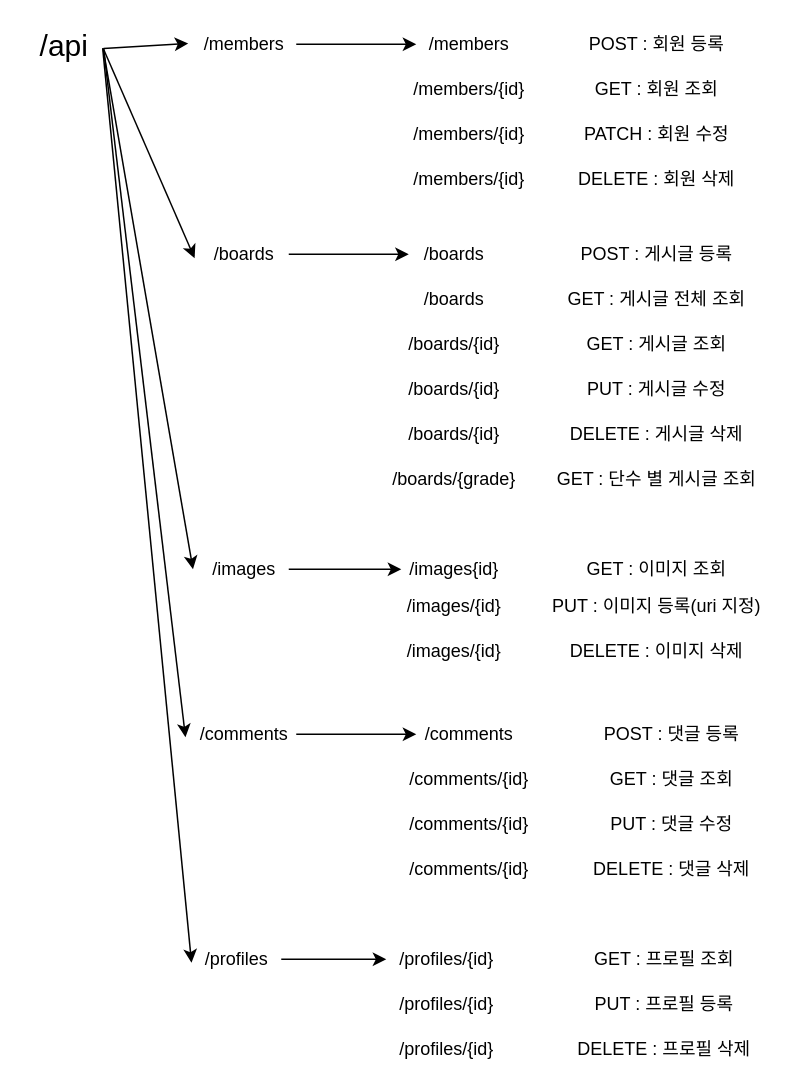
Before: page "API 리소스 설정" (8 of 12) of back-end/설계.drawio in hyunmook-lim/chimhaha, a draw.io diagram. Source tidied: cells renumbered, new cells numbered last; positions are measured from the earlier drawing's top-left corner, leaving out a move shared by most shapes. Both pictures are drawn from the tidied source at 150%, with x=0, y=0 at pixel (26, 28).
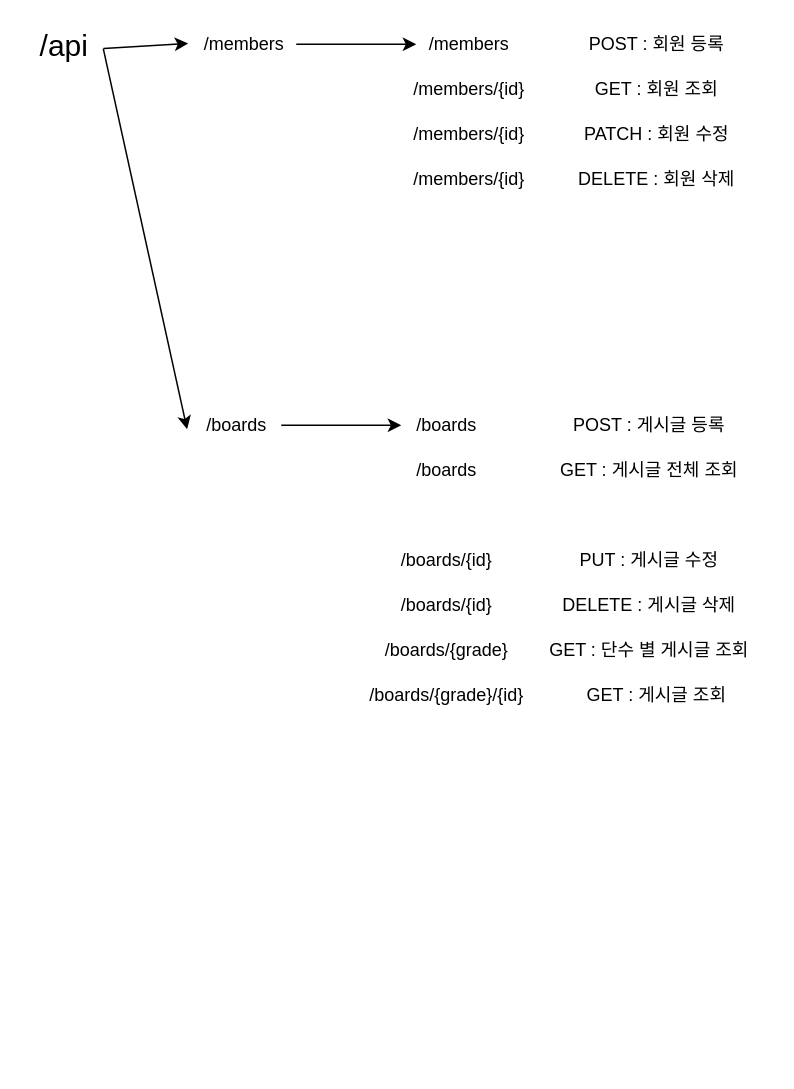
The same diagram, later.

The change refers to these unchanged cells:
```xml
<mxCell id="2" value="&lt;font style=&quot;font-size: 20px;&quot;&gt;/api&lt;/font&gt;" style="text;html=1;align=center;verticalAlign=middle;points=[];strokeColor=none;fillColor=none;" parent="1" vertex="1">
  <mxGeometry width="50" height="20" as="geometry" />
</mxCell>
```

The edit, as a diff of the source:
```diff
@@
     <mxCell id="6" value="/boards" style="text;html=1;align=center;verticalAlign=middle;points=[];strokeColor=none;fillColor=none;" parent="1" vertex="1">
-      <mxGeometry x="115" y="140" width="60" height="20" as="geometry" />
+      <mxGeometry x="110" y="254" width="60" height="20" as="geometry" />
     </mxCell>
-    <mxCell id="7" style="edgeStyle=orthogonalEdgeStyle;rounded=0;jettySize=auto;html=1;" parent="1" edge="1" source="8" target="22">
-      <mxGeometry relative="1" as="geometry" />
-    </mxCell>
-    <mxCell id="8" value="/images" style="text;html=1;align=center;verticalAlign=middle;points=[];strokeColor=none;fillColor=none;" parent="1" vertex="1">
-      <mxGeometry x="115" y="350" width="60" height="20" as="geometry" />
-    </mxCell>
-    <mxCell id="9" style="edgeStyle=orthogonalEdgeStyle;rounded=0;jettySize=auto;html=1;" parent="1" edge="1" source="10" target="37">
-      <mxGeometry relative="1" as="geometry" />
-    </mxCell>
-    <mxCell id="10" value="/comments" style="text;html=1;align=center;verticalAlign=middle;points=[];strokeColor=none;fillColor=none;" parent="1" vertex="1">
-      <mxGeometry x="110" y="460" width="70" height="20" as="geometry" />
-    </mxCell>
-    <mxCell id="11" style="edgeStyle=orthogonalEdgeStyle;rounded=0;jettySize=auto;html=1;" parent="1" edge="1" source="12" target="41">
-      <mxGeometry relative="1" as="geometry" />
-    </mxCell>
-    <mxCell id="12" value="/profiles" style="text;html=1;align=center;verticalAlign=middle;points=[];strokeColor=none;fillColor=none;" parent="1" vertex="1">
-      <mxGeometry x="110" y="610" width="60" height="20" as="geometry" />
-    </mxCell>
@@
     <mxCell id="17" value="/boards" style="text;html=1;align=center;verticalAlign=middle;points=[];strokeColor=none;fillColor=none;" parent="1" vertex="1">
-      <mxGeometry x="255" y="140" width="60" height="20" as="geometry" />
+      <mxGeometry x="250" y="254" width="60" height="20" as="geometry" />
     </mxCell>
     <mxCell id="18" value="/boards" style="text;html=1;align=center;verticalAlign=middle;strokeColor=none;fillColor=none;" parent="1" vertex="1">
-      <mxGeometry x="255" y="170" width="60" height="20" as="geometry" />
+      <mxGeometry x="250" y="284" width="60" height="20" as="geometry" />
     </mxCell>
-    <mxCell id="19" value="/boards/{id}" style="text;html=1;align=center;verticalAlign=middle;strokeColor=none;fillColor=none;" parent="1" vertex="1">
-      <mxGeometry x="245" y="200" width="80" height="20" as="geometry" />
-    </mxCell>
     <mxCell id="20" value="/boards/{id}" style="text;html=1;align=center;verticalAlign=middle;strokeColor=none;fillColor=none;" parent="1" vertex="1">
-      <mxGeometry x="245" y="230" width="80" height="20" as="geometry" />
+      <mxGeometry x="240" y="344" width="80" height="20" as="geometry" />
     </mxCell>
     <mxCell id="21" value="/boards/{id}" style="text;html=1;align=center;verticalAlign=middle;strokeColor=none;fillColor=none;" parent="1" vertex="1">
-      <mxGeometry x="245" y="260" width="80" height="20" as="geometry" />
+      <mxGeometry x="240" y="374" width="80" height="20" as="geometry" />
     </mxCell>
-    <mxCell id="22" value="/images{id}" style="text;html=1;align=center;verticalAlign=middle;points=[];strokeColor=none;fillColor=none;" parent="1" vertex="1">
-      <mxGeometry x="250" y="350" width="70" height="20" as="geometry" />
-    </mxCell>
-    <mxCell id="23" value="/images/{id}" style="text;html=1;align=center;verticalAlign=middle;strokeColor=none;fillColor=none;" parent="1" vertex="1">
-      <mxGeometry x="245" y="375" width="80" height="20" as="geometry" />
-    </mxCell>
-    <mxCell id="24" value="/images/{id}" style="text;html=1;align=center;verticalAlign=middle;strokeColor=none;fillColor=none;" parent="1" vertex="1">
-      <mxGeometry x="245" y="405" width="80" height="20" as="geometry" />
-    </mxCell>
@@
     <mxCell id="29" value="POST : 게시글 등록" style="text;html=1;align=center;verticalAlign=middle;strokeColor=none;fillColor=none;" parent="1" vertex="1">
-      <mxGeometry x="365" y="140" width="110" height="20" as="geometry" />
+      <mxGeometry x="360" y="254" width="110" height="20" as="geometry" />
     </mxCell>
     <mxCell id="30" value="GET : 게시글 전체 조회" style="text;html=1;align=center;verticalAlign=middle;strokeColor=none;fillColor=none;" parent="1" vertex="1">
-      <mxGeometry x="355" y="170" width="130" height="20" as="geometry" />
+      <mxGeometry x="350" y="284" width="130" height="20" as="geometry" />
     </mxCell>
     <mxCell id="31" value="GET : 게시글 조회" style="text;html=1;align=center;verticalAlign=middle;strokeColor=none;fillColor=none;" parent="1" vertex="1">
-      <mxGeometry x="365" y="200" width="110" height="20" as="geometry" />
+      <mxGeometry x="365" y="434" width="110" height="20" as="geometry" />
     </mxCell>
     <mxCell id="32" value="PUT : 게시글 수정" style="text;html=1;align=center;verticalAlign=middle;strokeColor=none;fillColor=none;" parent="1" vertex="1">
-      <mxGeometry x="370" y="230" width="100" height="20" as="geometry" />
+      <mxGeometry x="365" y="344" width="100" height="20" as="geometry" />
     </mxCell>
     <mxCell id="33" value="DELETE : 게시글 삭제" style="text;html=1;align=center;verticalAlign=middle;strokeColor=none;fillColor=none;" parent="1" vertex="1">
-      <mxGeometry x="355" y="260" width="130" height="20" as="geometry" />
+      <mxGeometry x="350" y="374" width="130" height="20" as="geometry" />
     </mxCell>
-    <mxCell id="34" value="GET : 이미지 조회" style="text;html=1;align=center;verticalAlign=middle;strokeColor=none;fillColor=none;" parent="1" vertex="1">
-      <mxGeometry x="365" y="350" width="110" height="20" as="geometry" />
-    </mxCell>
-    <mxCell id="35" value="PUT : 이미지 등록(uri 지정)" style="text;html=1;align=center;verticalAlign=middle;strokeColor=none;fillColor=none;" parent="1" vertex="1">
-      <mxGeometry x="345" y="375" width="150" height="20" as="geometry" />
-    </mxCell>
-    <mxCell id="36" value="DELETE : 이미지 삭제" style="text;html=1;align=center;verticalAlign=middle;strokeColor=none;fillColor=none;" parent="1" vertex="1">
-      <mxGeometry x="355" y="405" width="130" height="20" as="geometry" />
-    </mxCell>
-    <mxCell id="37" value="/comments" style="text;html=1;align=center;verticalAlign=middle;points=[];strokeColor=none;fillColor=none;" parent="1" vertex="1">
-      <mxGeometry x="260" y="460" width="70" height="20" as="geometry" />
-    </mxCell>
-    <mxCell id="38" value="/comments/{id}" style="text;html=1;align=center;verticalAlign=middle;strokeColor=none;fillColor=none;" parent="1" vertex="1">
-      <mxGeometry x="250" y="490" width="90" height="20" as="geometry" />
-    </mxCell>
-    <mxCell id="39" value="/comments/{id}" style="text;html=1;align=center;verticalAlign=middle;strokeColor=none;fillColor=none;" parent="1" vertex="1">
-      <mxGeometry x="250" y="520" width="90" height="20" as="geometry" />
-    </mxCell>
-    <mxCell id="40" value="/comments/{id}" style="text;html=1;align=center;verticalAlign=middle;strokeColor=none;fillColor=none;" parent="1" vertex="1">
-      <mxGeometry x="250" y="550" width="90" height="20" as="geometry" />
-    </mxCell>
-    <mxCell id="41" value="/profiles/{id}" style="text;html=1;align=center;verticalAlign=middle;points=[];strokeColor=none;fillColor=none;" parent="1" vertex="1">
-      <mxGeometry x="240" y="610" width="80" height="20" as="geometry" />
-    </mxCell>
-    <mxCell id="42" value="/profiles/{id}" style="text;html=1;align=center;verticalAlign=middle;strokeColor=none;fillColor=none;" parent="1" vertex="1">
-      <mxGeometry x="240" y="640" width="80" height="20" as="geometry" />
-    </mxCell>
-    <mxCell id="43" value="/profiles/{id}" style="text;html=1;align=center;verticalAlign=middle;strokeColor=none;fillColor=none;" parent="1" vertex="1">
-      <mxGeometry x="240" y="670" width="80" height="20" as="geometry" />
-    </mxCell>
-    <mxCell id="44" value="POST : 댓글 등록" style="text;html=1;align=center;verticalAlign=middle;strokeColor=none;fillColor=none;" parent="1" vertex="1">
-      <mxGeometry x="380" y="460" width="100" height="20" as="geometry" />
-    </mxCell>
-    <mxCell id="45" value="GET : 댓글 조회" style="text;html=1;align=center;verticalAlign=middle;strokeColor=none;fillColor=none;" parent="1" vertex="1">
-      <mxGeometry x="385" y="490" width="90" height="20" as="geometry" />
-    </mxCell>
-    <mxCell id="46" value="DELETE : 댓글 삭제" style="text;html=1;align=center;verticalAlign=middle;strokeColor=none;fillColor=none;" parent="1" vertex="1">
-      <mxGeometry x="370" y="550" width="120" height="20" as="geometry" />
-    </mxCell>
-    <mxCell id="47" value="PUT : 댓글 수정" style="text;html=1;align=center;verticalAlign=middle;strokeColor=none;fillColor=none;" parent="1" vertex="1">
-      <mxGeometry x="385" y="520" width="90" height="20" as="geometry" />
-    </mxCell>
-    <mxCell id="48" value="GET : 프로필 조회" style="text;html=1;align=center;verticalAlign=middle;strokeColor=none;fillColor=none;" parent="1" vertex="1">
-      <mxGeometry x="370" y="610" width="110" height="20" as="geometry" />
-    </mxCell>
-    <mxCell id="49" value="PUT : 프로필 등록" style="text;html=1;align=center;verticalAlign=middle;strokeColor=none;fillColor=none;" parent="1" vertex="1">
-      <mxGeometry x="375" y="640" width="100" height="20" as="geometry" />
-    </mxCell>
-    <mxCell id="50" value="DELETE : 프로필 삭제" style="text;html=1;align=center;verticalAlign=middle;strokeColor=none;fillColor=none;" parent="1" vertex="1">
-      <mxGeometry x="360" y="670" width="130" height="20" as="geometry" />
-    </mxCell>
@@
-    <mxCell id="53" style="endArrow=classic;html=1;rounded=0;fontSize=20;exitX=1.025;exitY=0.649;exitDx=0;exitDy=0;exitPerimeter=0;entryX=-0.064;entryY=0.5;entryDx=0;entryDy=0;entryPerimeter=0;" parent="1" edge="1" source="2" target="8">
-      <mxGeometry relative="1" as="geometry" />
-    </mxCell>
-    <mxCell id="54" style="endArrow=classic;html=1;rounded=0;fontSize=20;exitX=1.031;exitY=0.649;exitDx=0;exitDy=0;exitPerimeter=0;entryX=-0.055;entryY=0.6;entryDx=0;entryDy=0;entryPerimeter=0;" parent="1" edge="1" source="2" target="10">
-      <mxGeometry relative="1" as="geometry" />
-    </mxCell>
-    <mxCell id="55" style="endArrow=classic;html=1;rounded=0;fontSize=20;entryX=0.003;entryY=0.615;entryDx=0;entryDy=0;entryPerimeter=0;exitX=1.019;exitY=0.631;exitDx=0;exitDy=0;exitPerimeter=0;" parent="1" edge="1" source="2" target="12">
-      <mxGeometry relative="1" as="geometry" />
-    </mxCell>
     <mxCell id="56" value="/boards/{grade}" style="text;html=1;align=center;verticalAlign=middle;strokeColor=none;fillColor=none;" parent="1" vertex="1">
-      <mxGeometry x="235" y="290" width="100" height="20" as="geometry" />
+      <mxGeometry x="230" y="404" width="100" height="20" as="geometry" />
     </mxCell>
     <mxCell id="57" value="GET : 단수 별 게시글 조회" style="text;html=1;align=center;verticalAlign=middle;strokeColor=none;fillColor=none;" parent="1" vertex="1">
-      <mxGeometry x="350" y="290" width="140" height="20" as="geometry" />
+      <mxGeometry x="345" y="404" width="140" height="20" as="geometry" />
     </mxCell>
+    <mxCell id="58" value="/boards/{grade}/{id}" style="text;html=1;align=center;verticalAlign=middle;strokeColor=none;fillColor=none;" parent="1" vertex="1">
+      <mxGeometry x="220" y="434" width="120" height="20" as="geometry" />
+    </mxCell>
```
